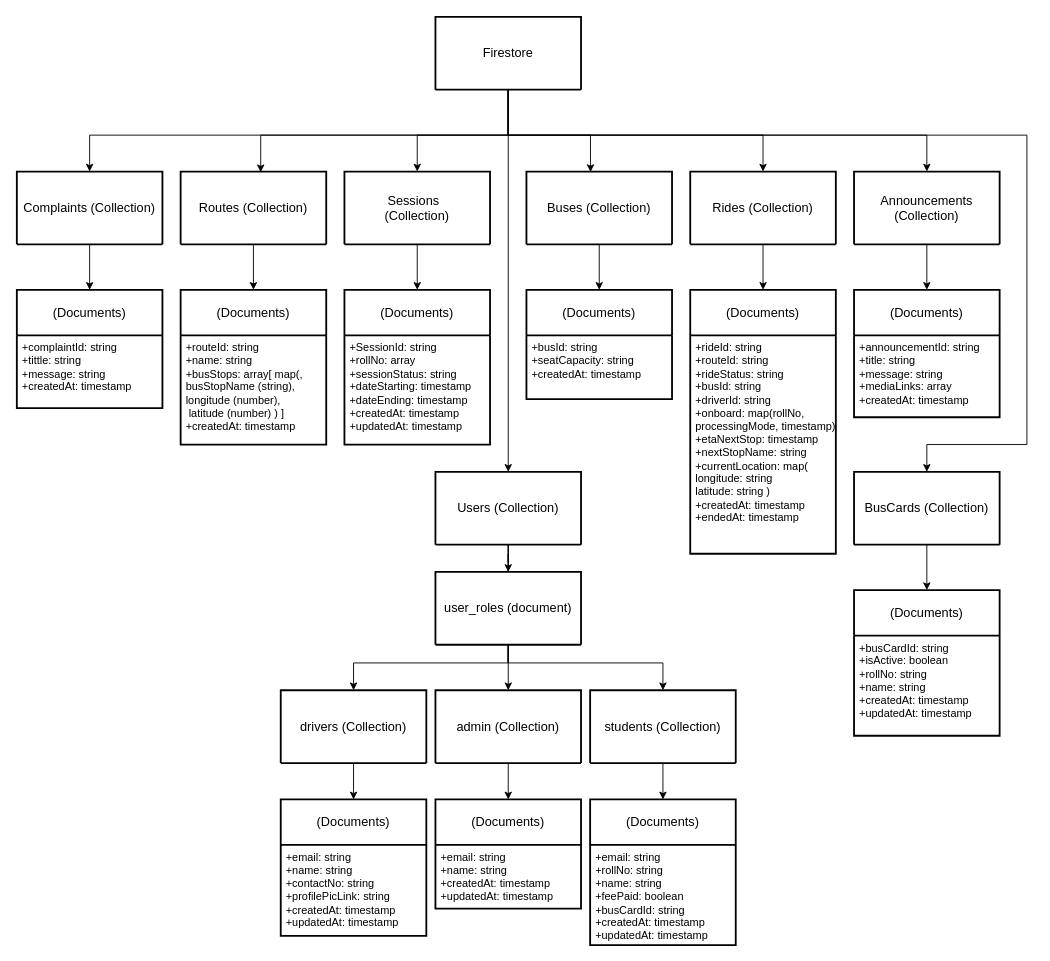
Above: NTU Ride Pilot/Documentation/Diagrams/Database Design/database.drawio in Abubakar-doc/FYP-24-SE-A-204 (draw.io), before the change. Source tidied: cells renumbered, new cells numbered last; positions are measured from the earlier drawing's top-left corner, leaving out a move shared by most shapes. Both pictures are drawn from the tidied source at 91%, with x=0, y=0 at pixel (16, 16).
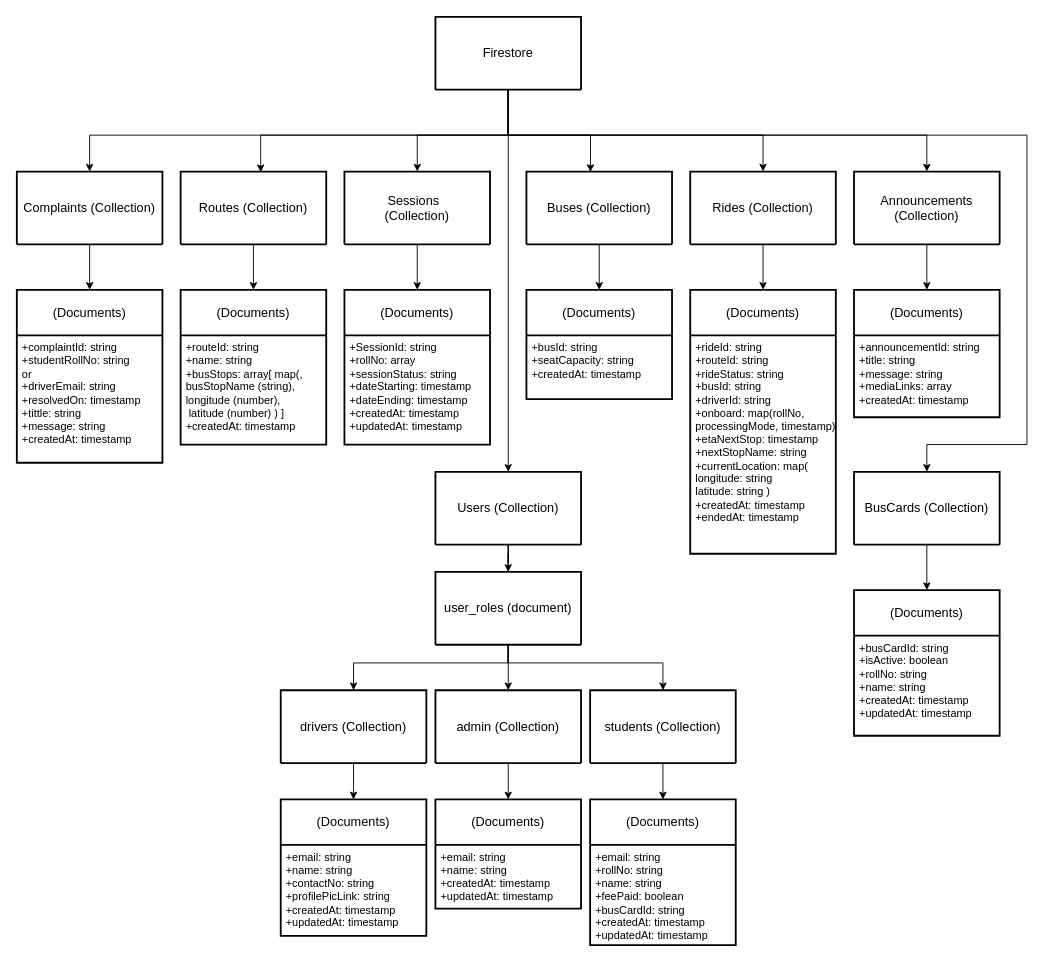
The same diagram, later.

Change to the diagram source:
```diff
@@
     <mxCell id="64" value="(Documents)" style="swimlane;horizontal=1;startSize=50;rounded=0;fontSize=14;fontStyle=0;strokeWidth=2;shadow=0;dashed=0;align=center;arcSize=4;whiteSpace=wrap;html=1;" parent="1" vertex="1">
-      <mxGeometry y="300" width="160" height="130" as="geometry" />
+      <mxGeometry y="300" width="160" height="190" as="geometry" />
     </mxCell>
-    <mxCell id="65" value="&lt;div&gt;+complaintId: string&lt;/div&gt;&lt;div&gt;+tittle: string&lt;/div&gt;&lt;div&gt;+message: string&lt;/div&gt;&lt;div&gt;      +createdAt: &lt;span class=&quot;hljs-type&quot;&gt;timestamp&lt;/span&gt;&lt;/div&gt;" style="align=left;strokeColor=none;fillColor=none;spacingLeft=4;fontSize=12;verticalAlign=top;html=1;rounded=0;" parent="64" vertex="1">
-      <mxGeometry y="50" width="160" height="80" as="geometry" />
+    <mxCell id="65" value="&lt;div&gt;+complaintId: string&lt;/div&gt;&lt;div&gt;+studentRollNo: string&lt;/div&gt;&lt;div&gt;or&lt;/div&gt;&lt;div&gt;+driverEmail: string&lt;/div&gt;&lt;div&gt;+resolvedOn: timestamp&lt;/div&gt;&lt;div&gt;+tittle: string&lt;/div&gt;&lt;div&gt;+message: string&lt;/div&gt;&lt;div&gt;      +createdAt: &lt;span class=&quot;hljs-type&quot;&gt;timestamp&lt;/span&gt;&lt;/div&gt;" style="align=left;strokeColor=none;fillColor=none;spacingLeft=4;fontSize=12;verticalAlign=top;html=1;rounded=0;" parent="64" vertex="1">
+      <mxGeometry y="50" width="160" height="140" as="geometry" />
     </mxCell>
```
